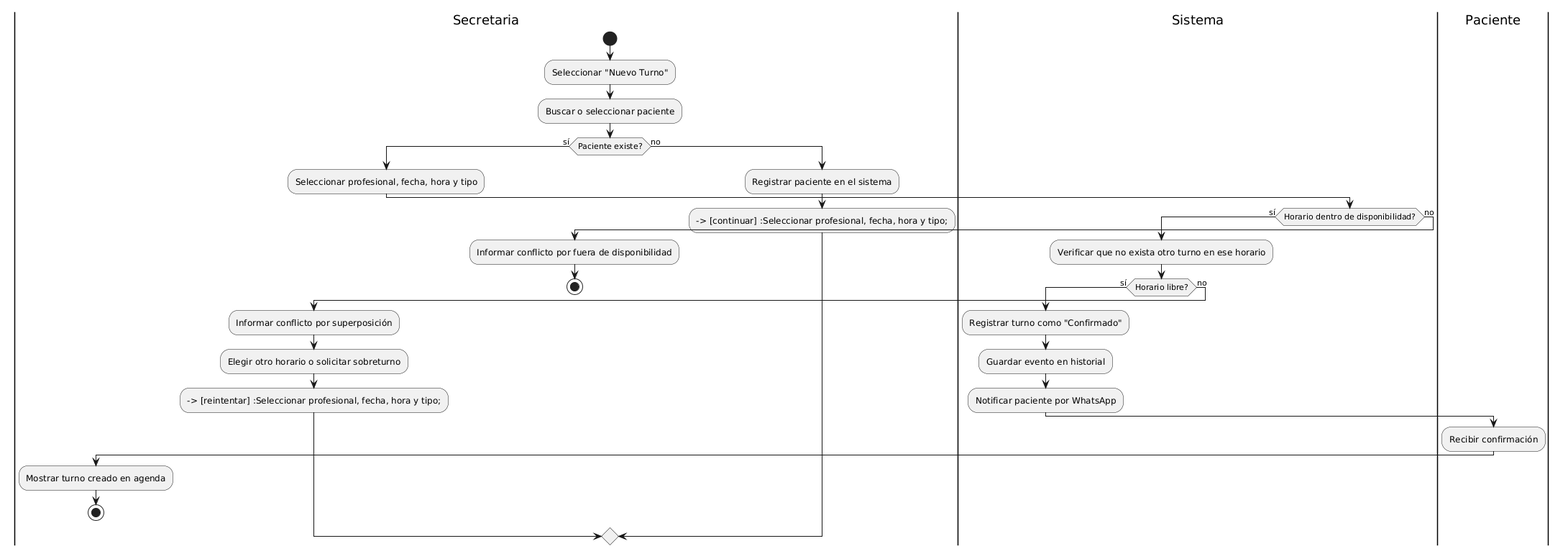
This is diagramas/04-diagramas-actividades/04-actividad-crear-turno-01.png from eternalnight04/SistemaTurnosMedicos, a PlantUML export, as it was before one commit. Source of this version:
```plantuml
@startuml
|Secretaria|
start
:Seleccionar "Nuevo Turno";
:Buscar o seleccionar paciente;
if (Paciente existe?) then (sí)
  :Seleccionar profesional, fecha, hora y tipo;
  |Sistema|
  if (Horario dentro de disponibilidad?) then (sí)
    :Verificar que no exista otro turno en ese horario;
    if (Horario libre?) then (sí)
      :Registrar turno como "Confirmado";
      :Guardar evento en historial;
      :Notificar paciente por WhatsApp;
      |Paciente|
      :Recibir confirmación;
      |Secretaria|
      :Mostrar turno creado en agenda;
      stop
    else (no)
      :Informar conflicto por superposición;
      |Secretaria|
      :Elegir otro horario o solicitar sobreturno;
      --> [reintentar] :Seleccionar profesional, fecha, hora y tipo;
    endif
  else (no)
    :Informar conflicto por fuera de disponibilidad;
    stop
  endif
else (no)
  :Registrar paciente en el sistema;
  --> [continuar] :Seleccionar profesional, fecha, hora y tipo;
endif
@enduml
```
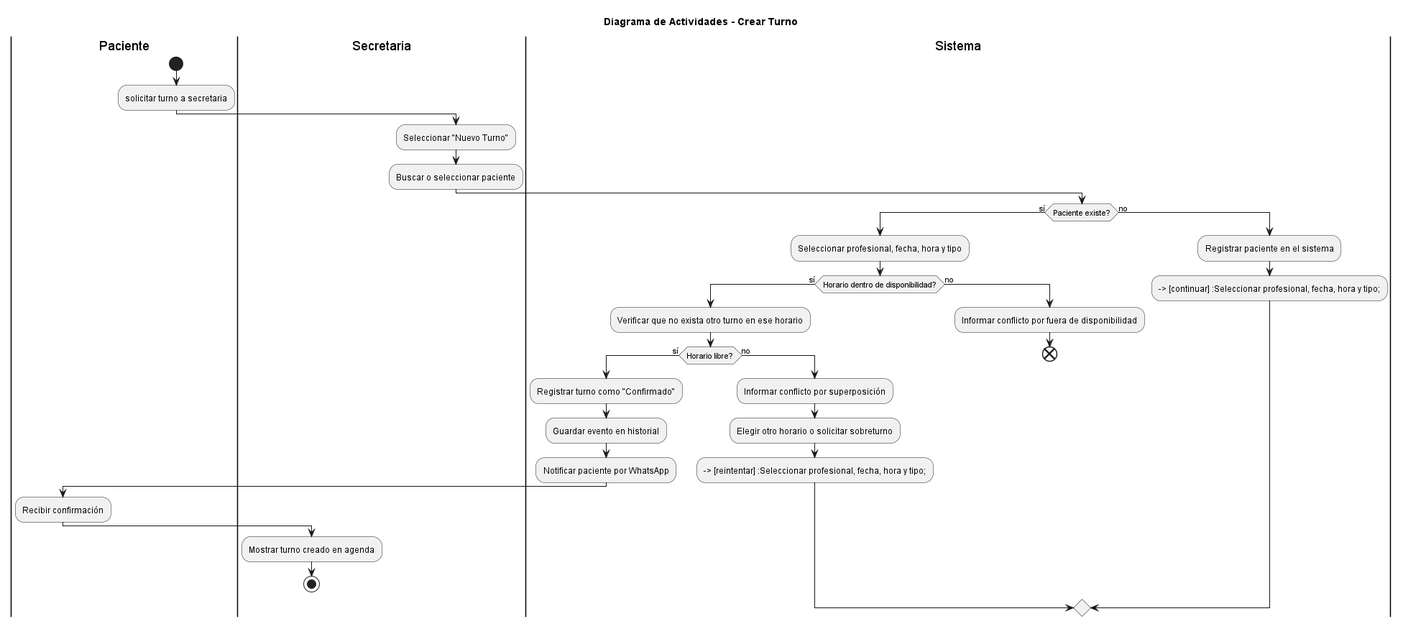
The same diagram one commit later.

Commit message:
Actualización de diagramas de actividad para RC-1-2-3 - Correcciones en diagramas de actividad para casos de uso "Crear Turno", "Reprogramar Turno" y "Cancelar Turno".

Diff of the diagram source:
```diff
@@ -1,34 +1,50 @@
-@startuml
+@startuml CrearTurno
+
+title Diagrama de Actividades - Crear Turno
+
+|Paciente|
+start
+:solicitar turno a secretaria;
+
 |Secretaria|
-start
 :Seleccionar "Nuevo Turno";
 :Buscar o seleccionar paciente;
+
+|Sistema|
 if (Paciente existe?) then (sí)
-  :Seleccionar profesional, fecha, hora y tipo;
-  |Sistema|
-  if (Horario dentro de disponibilidad?) then (sí)
-    :Verificar que no exista otro turno en ese horario;
-    if (Horario libre?) then (sí)
-      :Registrar turno como "Confirmado";
-      :Guardar evento en historial;
-      :Notificar paciente por WhatsApp;
-      |Paciente|
-      :Recibir confirmación;
-      |Secretaria|
-      :Mostrar turno creado en agenda;
-      stop
+
+    :Seleccionar profesional, fecha, hora y tipo;
+
+    if (Horario dentro de disponibilidad?) then (sí)
+
+        :Verificar que no exista otro turno en ese horario;
+
+        if (Horario libre?) then (sí)
+            :Registrar turno como "Confirmado";
+            :Guardar evento en historial;
+            :Notificar paciente por WhatsApp;
+
+            |Paciente|
+            :Recibir confirmación;
+
+            |Secretaria|
+            :Mostrar turno creado en agenda;
+            stop
+     |Sistema|
+        else (no)
+            :Informar conflicto por superposición;
+            :Elegir otro horario o solicitar sobreturno;
+            --> [reintentar] :Seleccionar profesional, fecha, hora y tipo;
+        endif
+|Sistema|
     else (no)
-      :Informar conflicto por superposición;
-      |Secretaria|
-      :Elegir otro horario o solicitar sobreturno;
-      --> [reintentar] :Seleccionar profesional, fecha, hora y tipo;
+        :Informar conflicto por fuera de disponibilidad;
+        end
     endif
-  else (no)
-    :Informar conflicto por fuera de disponibilidad;
-    stop
-  endif
+
 else (no)
-  :Registrar paciente en el sistema;
-  --> [continuar] :Seleccionar profesional, fecha, hora y tipo;
+    :Registrar paciente en el sistema;
+    --> [continuar] :Seleccionar profesional, fecha, hora y tipo;
 endif
+
 @enduml
```
